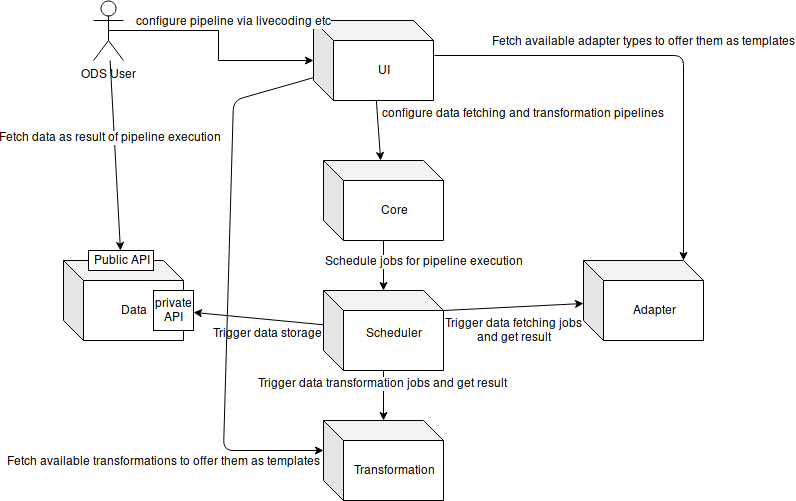
Before: doc/service_arch.png, a diagram exported from draw.io (jvalue/ods). Source tidied: cells renumbered, new cells last; positions are measured from the earlier drawing's top-left corner, leaving out a move shared by most shapes.
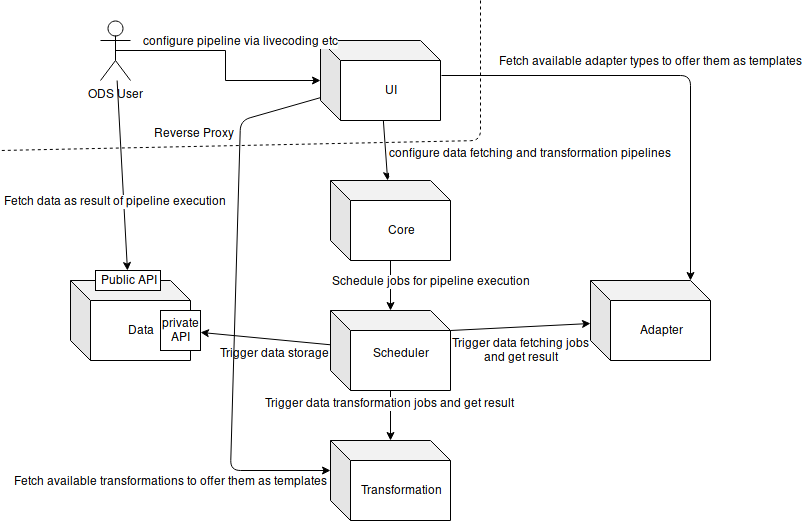
After the commit.

Commit message:
Resolve "Update architecture diagram to include reverse proxy"

Diff of the diagram source:
```diff
@@ -25,7 +25,7 @@
     </mxCell>
     <mxCell id="9" value="&lt;div&gt;configure data fetching and transformation pipelines&lt;/div&gt;&lt;div&gt;&lt;br&gt;&lt;/div&gt;" style="text;html=1;align=center;verticalAlign=middle;labelBackgroundColor=#ffffff;" parent="8" vertex="1">
       <mxGeometry x="0.6" y="2" relative="1" as="geometry">
-        <mxPoint x="141.5" y="-27.5" as="offset" />
+        <mxPoint x="141.5" y="-7.5" as="offset" />
       </mxGeometry>
     </mxCell>
     <mxCell id="10" style="endArrow=classic;html=1;" parent="1" edge="1" source="3" target="4">
@@ -79,7 +79,9 @@
       <mxGeometry relative="1" as="geometry" />
     </mxCell>
     <mxCell id="24" value="&lt;div&gt;Fetch data as result of pipeline execution&lt;/div&gt;" style="text;html=1;align=center;verticalAlign=middle;labelBackgroundColor=#ffffff;" parent="23" vertex="1">
-      <mxGeometry x="-0.2" y="-4" relative="1" as="geometry" />
+      <mxGeometry x="-0.2" y="-4" relative="1" as="geometry">
+        <mxPoint x="-2" y="44" as="offset" />
+      </mxGeometry>
     </mxCell>
     <mxCell id="25" style="endArrow=classic;html=1;exitX=1.008;exitY=0.438;exitDx=0;exitDy=0;exitPerimeter=0;entryX=0;entryY=0;entryDx=100;entryDy=0;entryPerimeter=0;" parent="1" edge="1" source="2" target="5">
       <mxGeometry relative="1" as="geometry">
@@ -106,5 +108,19 @@
         <mxPoint x="-59.5" y="26.5" as="offset" />
       </mxGeometry>
     </mxCell>
+    <mxCell id="29" style="endArrow=none;dashed=1;html=1;" parent="1" edge="1">
+      <mxGeometry relative="1" as="geometry">
+        <mxPoint x="410" y="-20" as="sourcePoint" />
+        <mxPoint x="-70" y="130" as="targetPoint" />
+        <Array as="points">
+          <mxPoint x="410" y="120" />
+        </Array>
+      </mxGeometry>
+    </mxCell>
+    <mxCell id="30" value="&lt;div&gt;Reverse Proxy&lt;/div&gt;" style="text;html=1;align=center;verticalAlign=middle;labelBackgroundColor=#ffffff;" parent="29" vertex="1">
+      <mxGeometry x="0.35" y="-2" relative="1" as="geometry">
+        <mxPoint x="-7" y="-11.5" as="offset" />
+      </mxGeometry>
+    </mxCell>
   </root>
 </mxGraphModel>
```
